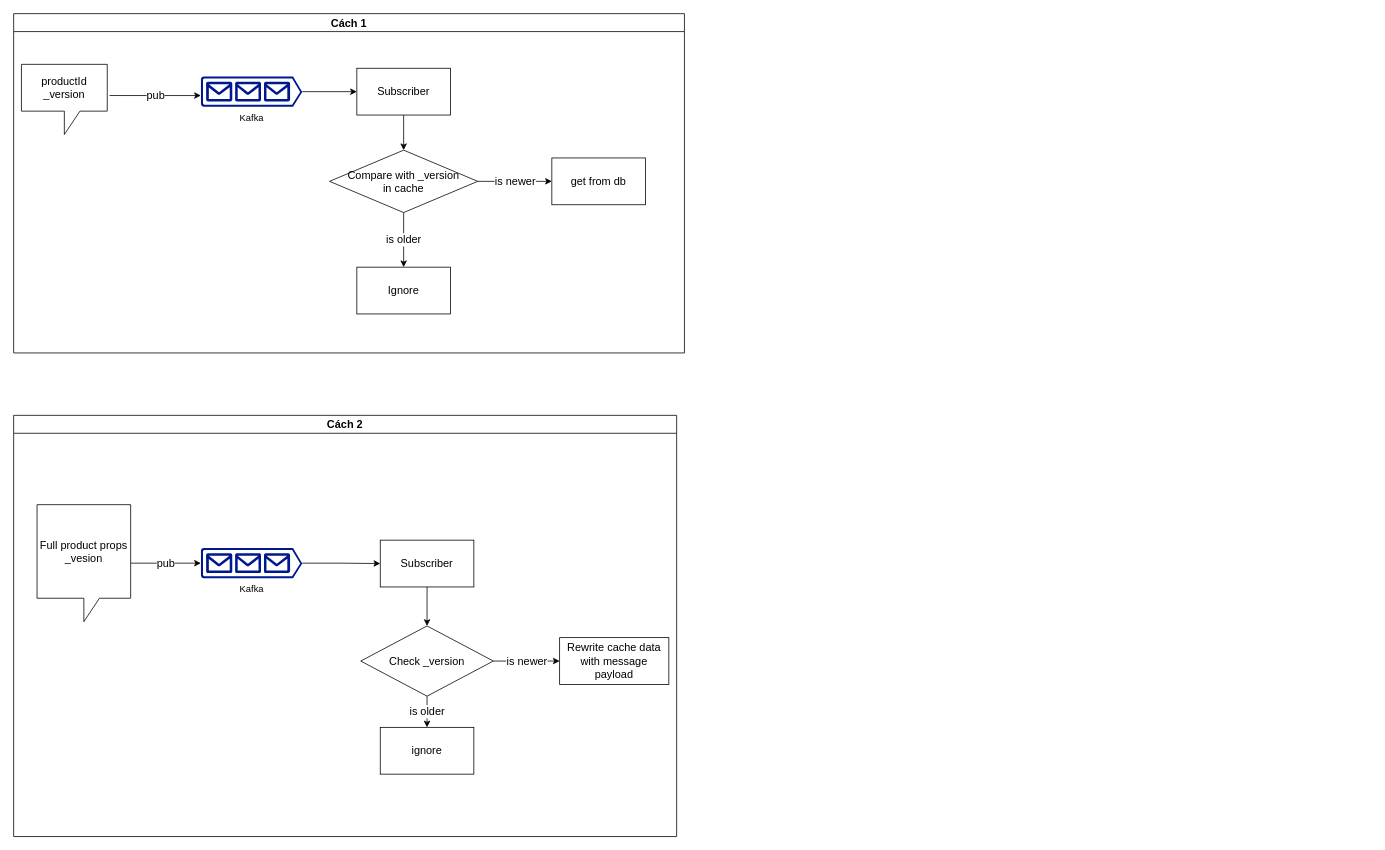
This is page "Kafka pub/sub" (4 of 10) of architecture-ecommerce.drawio from shifuvn/diagram, a draw.io file, before an edit. Source tidied: cells renumbered, new cells numbered last; positions are measured from the earlier drawing's top-left corner, leaving out a move shared by most shapes. Both pictures are drawn from the tidied source at 78%, with x=0, y=0 at pixel (13, 13).
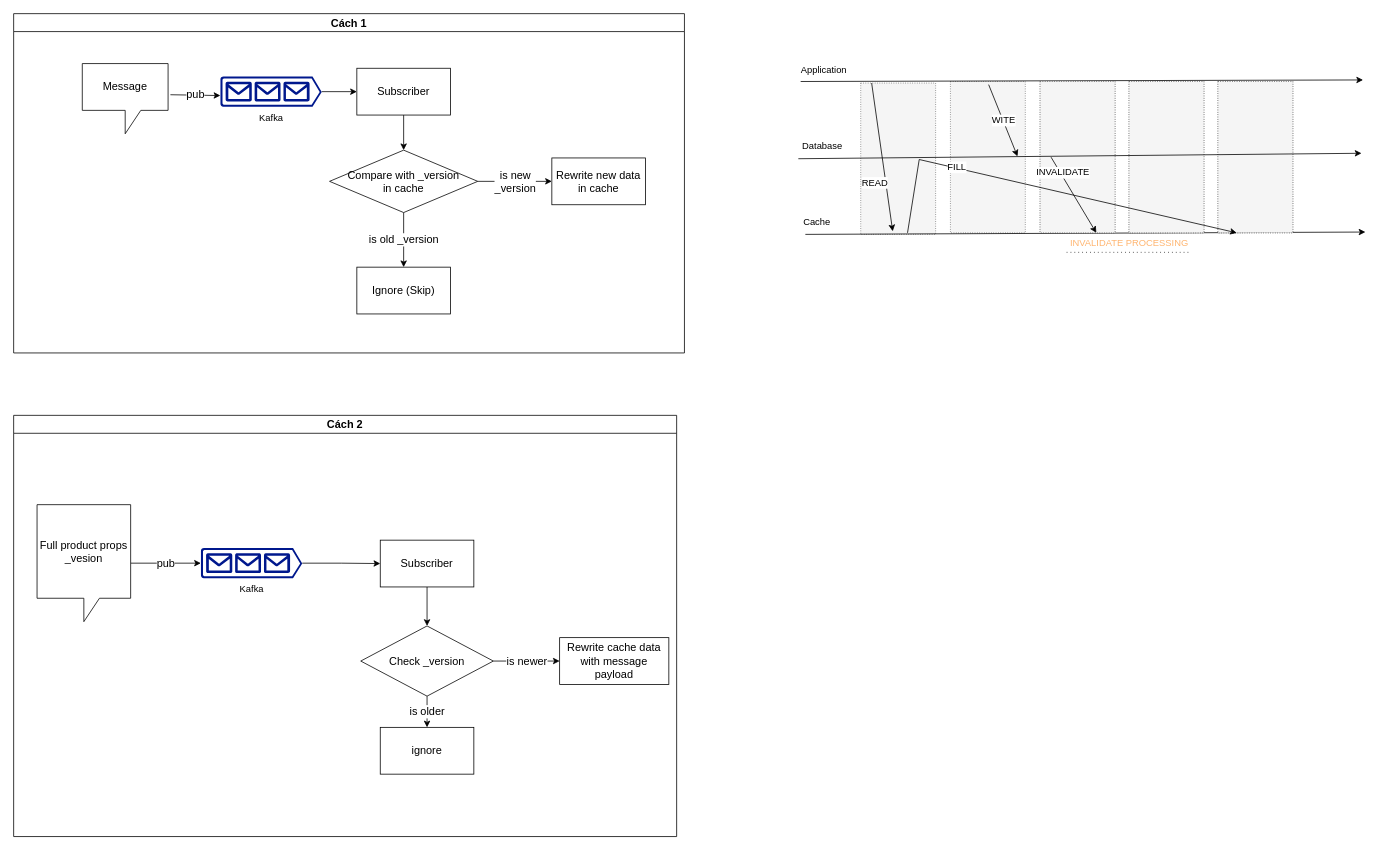
Above is the later version.

Unchanged cells that the change refers to:
```xml
<mxCell id="10" value="&lt;div&gt;Compare with _version &lt;br&gt;&lt;/div&gt;&lt;div&gt;in cache&lt;/div&gt;" style="rhombus;whiteSpace=wrap;html=1;fontSize=14;" parent="1" vertex="1">
  <mxGeometry x="405" y="175" width="190" height="80" as="geometry" />
</mxCell>
<mxCell id="13" value="Cách 1" style="swimlane;whiteSpace=wrap;html=1;fontSize=14;" parent="1" vertex="1">
  <mxGeometry width="860" height="435" as="geometry" />
</mxCell>
```

Diff of the diagram source:
```diff
@@
+    <mxCell id="26" style="rounded=0;whiteSpace=wrap;html=1;fontSize=16;dashed=1;dashPattern=1 2;fillColor=#f5f5f5;fontColor=#333333;strokeColor=#666666;" parent="1" vertex="1">
+      <mxGeometry x="1086" y="89" width="96" height="194" as="geometry" />
+    </mxCell>
+    <mxCell id="27" style="rounded=0;whiteSpace=wrap;html=1;fontSize=16;dashed=1;dashPattern=1 2;fillColor=#f5f5f5;fontColor=#333333;strokeColor=#666666;" parent="1" vertex="1">
+      <mxGeometry x="1201" y="87" width="96" height="194" as="geometry" />
+    </mxCell>
+    <mxCell id="28" style="rounded=0;whiteSpace=wrap;html=1;fontSize=16;dashed=1;dashPattern=1 2;fillColor=#f5f5f5;fontColor=#333333;strokeColor=#666666;" parent="1" vertex="1">
+      <mxGeometry x="1544" y="87" width="96" height="194" as="geometry" />
+    </mxCell>
+    <mxCell id="29" style="rounded=0;whiteSpace=wrap;html=1;fontSize=16;dashed=1;dashPattern=1 2;fillColor=#f5f5f5;fontColor=#333333;strokeColor=#666666;" parent="1" vertex="1">
+      <mxGeometry x="1430" y="87" width="96" height="194" as="geometry" />
+    </mxCell>
+    <mxCell id="30" style="rounded=0;whiteSpace=wrap;html=1;fontSize=16;dashed=1;dashPattern=1 2;fillColor=#f5f5f5;fontColor=#333333;strokeColor=#666666;" parent="1" vertex="1">
+      <mxGeometry x="1316" y="87" width="96" height="194" as="geometry" />
+    </mxCell>
@@
-    <mxCell id="3" value="Kafka" style="sketch=0;shadow=0;dashed=0;html=1;strokeColor=none;labelPosition=center;verticalLabelPosition=bottom;verticalAlign=top;align=center;fillColor=#00188D;shape=mxgraph.azure.queue_generic;" parent="1" vertex="1">
-      <mxGeometry x="240" y="80.5" width="130" height="39" as="geometry" />
-    </mxCell>
-    <mxCell id="4" value="&lt;div style=&quot;font-size: 14px;&quot;&gt;&lt;font style=&quot;font-size: 14px;&quot;&gt;productId&lt;/font&gt;&lt;/div&gt;&lt;div style=&quot;font-size: 14px;&quot;&gt;&lt;font style=&quot;font-size: 14px;&quot;&gt;_version&lt;br&gt;&lt;/font&gt;&lt;/div&gt;" style="shape=callout;whiteSpace=wrap;html=1;perimeter=calloutPerimeter;" parent="1" vertex="1">
-      <mxGeometry x="10" y="65" width="110" height="90" as="geometry" />
-    </mxCell>
-    <mxCell id="5" value="pub" style="endArrow=classic;html=1;rounded=0;fontSize=14;exitX=1.027;exitY=0.444;exitDx=0;exitDy=0;exitPerimeter=0;" parent="1" edge="1" source="4">
-      <mxGeometry relative="1" as="geometry">
-        <mxPoint x="240" y="105" as="targetPoint" />
-      </mxGeometry>
-    </mxCell>
@@
-    <mxCell id="8" value="is older" style="edgeStyle=orthogonalEdgeStyle;rounded=0;jettySize=auto;html=1;fontSize=14;" parent="1" edge="1" source="10" target="11">
+    <mxCell id="8" value="is old _version" style="edgeStyle=orthogonalEdgeStyle;rounded=0;jettySize=auto;html=1;fontSize=14;" parent="1" edge="1" source="10" target="11">
       <mxGeometry relative="1" as="geometry" />
     </mxCell>
-    <mxCell id="9" value="is newer" style="edgeStyle=orthogonalEdgeStyle;rounded=0;jettySize=auto;html=1;fontSize=14;" parent="1" edge="1" source="10" target="12">
+    <mxCell id="9" value="&lt;div&gt;is new &lt;br&gt;&lt;/div&gt;&lt;div&gt;_version&lt;/div&gt;" style="edgeStyle=orthogonalEdgeStyle;rounded=0;jettySize=auto;html=1;fontSize=14;" parent="1" edge="1" source="10" target="12">
       <mxGeometry relative="1" as="geometry" />
     </mxCell>
@@
-    <mxCell id="11" value="Ignore" style="rounded=0;whiteSpace=wrap;html=1;fontSize=14;" parent="1" vertex="1">
+    <mxCell id="11" value="Ignore (Skip)" style="rounded=0;whiteSpace=wrap;html=1;fontSize=14;" parent="1" vertex="1">
       <mxGeometry x="440" y="325" width="120" height="60" as="geometry" />
     </mxCell>
-    <mxCell id="12" value="get from db" style="rounded=0;whiteSpace=wrap;html=1;fontSize=14;" parent="1" vertex="1">
+    <mxCell id="12" value="Rewrite new data in cache" style="rounded=0;whiteSpace=wrap;html=1;fontSize=14;" parent="1" vertex="1">
       <mxGeometry x="690" y="185" width="120" height="60" as="geometry" />
     </mxCell>
@@
+    <mxCell id="3" value="Kafka" style="sketch=0;shadow=0;dashed=0;html=1;strokeColor=none;labelPosition=center;verticalLabelPosition=bottom;verticalAlign=top;align=center;fillColor=#00188D;shape=mxgraph.azure.queue_generic;" parent="13" vertex="1">
+      <mxGeometry x="265" y="80.5" width="130" height="39" as="geometry" />
+    </mxCell>
+    <mxCell id="5" value="pub" style="endArrow=classic;html=1;rounded=0;fontSize=14;exitX=1.027;exitY=0.444;exitDx=0;exitDy=0;exitPerimeter=0;" parent="13" edge="1" source="4">
+      <mxGeometry relative="1" as="geometry">
+        <mxPoint x="265" y="105" as="targetPoint" />
+      </mxGeometry>
+    </mxCell>
+    <mxCell id="4" value="Message" style="shape=callout;whiteSpace=wrap;html=1;perimeter=calloutPerimeter;fontSize=14;" parent="13" vertex="1">
+      <mxGeometry x="88" y="64" width="110" height="90" as="geometry" />
+    </mxCell>
@@
+    <mxCell id="31" style="endArrow=classic;html=1;rounded=0;fontSize=16;exitX=0;exitY=1;exitDx=0;exitDy=0;" parent="1" edge="1" source="36">
+      <mxGeometry relative="1" as="geometry">
+        <mxPoint x="1730" y="85" as="targetPoint" />
+      </mxGeometry>
+    </mxCell>
+    <mxCell id="32" style="endArrow=classic;html=1;rounded=0;fontSize=16;exitX=0.25;exitY=1;exitDx=0;exitDy=0;" parent="1" edge="1" source="37">
+      <mxGeometry relative="1" as="geometry">
+        <mxPoint x="1733" y="280" as="targetPoint" />
+      </mxGeometry>
+    </mxCell>
+    <mxCell id="33" style="rounded=0;whiteSpace=wrap;html=1;fontSize=16;dashed=1;dashPattern=1 2;fillColor=#f5f5f5;fontColor=#333333;strokeColor=#666666;" parent="1" vertex="1">
+      <mxGeometry x="1430" y="87" width="96" height="194" as="geometry" />
+    </mxCell>
+    <mxCell id="34" style="rounded=0;whiteSpace=wrap;html=1;fontSize=16;dashed=1;dashPattern=1 2;fillColor=#f5f5f5;fontColor=#333333;strokeColor=#666666;" parent="1" vertex="1">
+      <mxGeometry x="1316" y="87" width="96" height="194" as="geometry" />
+    </mxCell>
+    <mxCell id="35" style="rounded=0;whiteSpace=wrap;html=1;fontSize=16;dashed=1;dashPattern=1 2;fillColor=#f5f5f5;fontColor=#333333;strokeColor=#666666;" parent="1" vertex="1">
+      <mxGeometry x="1544" y="87" width="96" height="194" as="geometry" />
+    </mxCell>
+    <mxCell id="36" value="Application" style="text;html=1;strokeColor=none;fillColor=none;align=center;verticalAlign=middle;whiteSpace=wrap;rounded=0;fontSize=12;" parent="1" vertex="1">
+      <mxGeometry x="1009" y="57" width="60" height="30" as="geometry" />
+    </mxCell>
+    <mxCell id="37" value="Cache" style="text;html=1;strokeColor=none;fillColor=none;align=center;verticalAlign=middle;whiteSpace=wrap;rounded=0;fontSize=12;" parent="1" vertex="1">
+      <mxGeometry x="1000" y="253" width="60" height="30" as="geometry" />
+    </mxCell>
+    <mxCell id="38" style="endArrow=classic;html=1;rounded=0;fontSize=16;" parent="1" edge="1">
+      <mxGeometry relative="1" as="geometry">
+        <mxPoint x="1006" y="186" as="sourcePoint" />
+        <mxPoint x="1728" y="179" as="targetPoint" />
+      </mxGeometry>
+    </mxCell>
+    <mxCell id="39" value="Database" style="text;html=1;strokeColor=none;fillColor=none;align=center;verticalAlign=middle;whiteSpace=wrap;rounded=0;fontSize=12;" parent="1" vertex="1">
+      <mxGeometry x="1007" y="155" width="60" height="30" as="geometry" />
+    </mxCell>
+    <mxCell id="40" value="READ" style="endArrow=classic;html=1;rounded=0;fontSize=12;" parent="1" edge="1">
+      <mxGeometry x="0.32" y="-14" relative="1" as="geometry">
+        <mxPoint x="1100" y="89" as="sourcePoint" />
+        <mxPoint x="1127" y="279" as="targetPoint" />
+      </mxGeometry>
+    </mxCell>
+    <mxCell id="41" value="FILL" style="endArrow=classic;html=1;rounded=0;fontSize=12;entryX=0.25;entryY=1;entryDx=0;entryDy=0;" parent="1" edge="1" target="35">
+      <mxGeometry x="-0.44" y="1" relative="1" as="geometry">
+        <mxPoint x="1146" y="281" as="sourcePoint" />
+        <Array as="points">
+          <mxPoint x="1161" y="187" />
+        </Array>
+      </mxGeometry>
+    </mxCell>
+    <mxCell id="42" value="WITE" style="endArrow=classic;html=1;rounded=0;fontSize=12;" parent="1" edge="1">
+      <mxGeometry relative="1" as="geometry">
+        <mxPoint x="1250" y="91" as="sourcePoint" />
+        <mxPoint x="1287" y="183" as="targetPoint" />
+      </mxGeometry>
+    </mxCell>
+    <mxCell id="43" value="INVALIDATE" style="endArrow=classic;html=1;rounded=0;fontSize=12;entryX=0.75;entryY=1;entryDx=0;entryDy=0;" parent="1" edge="1" target="34">
+      <mxGeometry x="-0.56" y="3" relative="1" as="geometry">
+        <mxPoint x="1330" y="184" as="sourcePoint" />
+      </mxGeometry>
+    </mxCell>
+    <mxCell id="44" value="INVALIDATE PROCESSING" style="endArrow=none;html=1;endSize=12;startArrow=none;startSize=14;startFill=0;edgeStyle=orthogonalEdgeStyle;align=center;verticalAlign=bottom;endFill=0;rounded=0;dashed=1;dashPattern=1 4;strokeWidth=1;fontSize=12;fontColor=#FFB570;" parent="1" edge="1">
+      <mxGeometry y="3" relative="1" as="geometry">
+        <mxPoint x="1350" y="306" as="sourcePoint" />
+        <mxPoint x="1510" y="306" as="targetPoint" />
+      </mxGeometry>
+    </mxCell>
```
